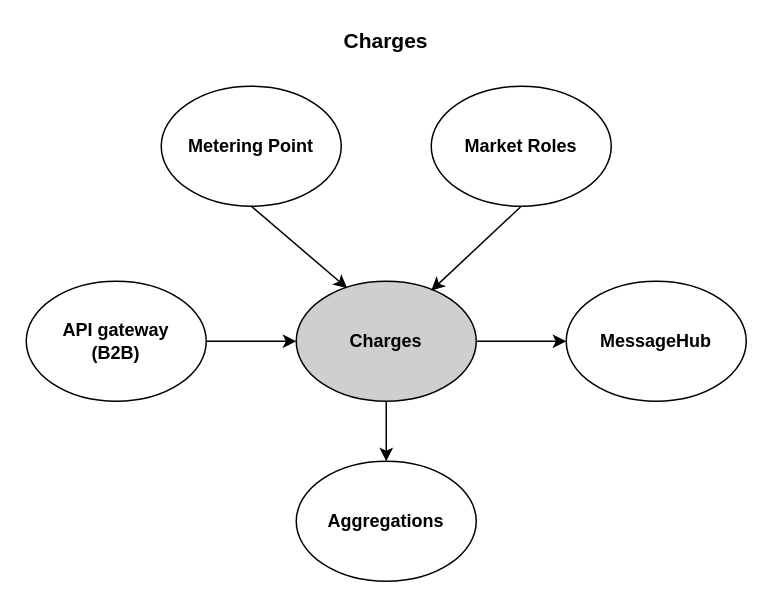
Before: docs/images/ChargesContextStreams.drawio in Energinet-DataHub/ARCHIVED-geh-charges, a draw.io diagram. Source tidied: cells renumbered, new cells numbered last; positions are measured from the earlier drawing's top-left corner, leaving out a move shared by most shapes. Both pictures are drawn from the tidied source at 150%, with x=0, y=0 at pixel (26, 26).
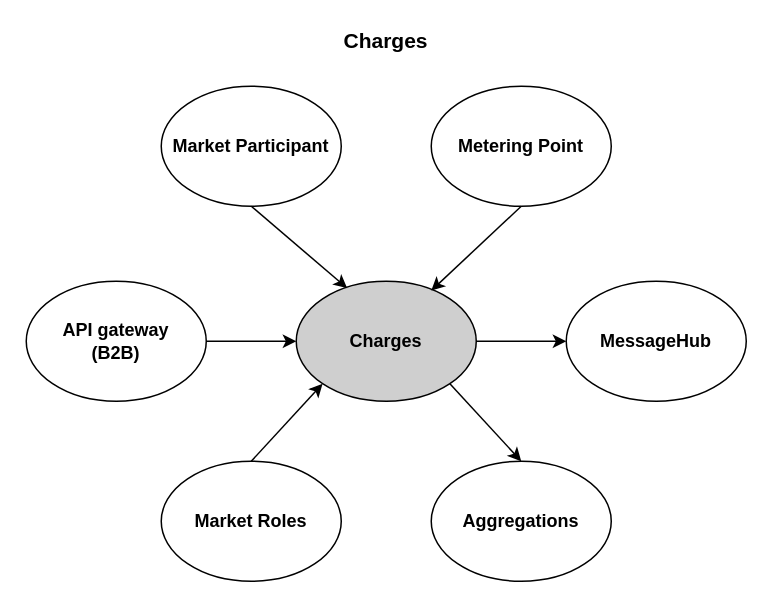
Above is the later version.

Commit message (it also covers changes not shown here):
Added Market Participant to ChargesContextStreams.png and ChargesContextStreams.drawio

Diff of the diagram source:
```diff
@@
 <mxGraphModel>
   <root>
     <mxCell id="0" />
     <mxCell id="1" parent="0" />
-    <mxCell id="2" style="edgeStyle=orthogonalEdgeStyle;rounded=0;jettySize=auto;html=1;" parent="1" edge="1" source="3" target="7">
-      <mxGeometry relative="1" as="geometry" />
-    </mxCell>
     <mxCell id="3" value="&lt;b&gt;Charges&lt;/b&gt;" style="ellipse;whiteSpace=wrap;html=1;fillColor=#CFCFCF;" parent="1" vertex="1">
       <mxGeometry x="180" y="170" width="120" height="80" as="geometry" />
     </mxCell>
     <mxCell id="4" style="edgeStyle=orthogonalEdgeStyle;rounded=0;jettySize=auto;html=1;" parent="1" edge="1" source="5" target="3">
       <mxGeometry relative="1" as="geometry" />
     </mxCell>
     <mxCell id="5" value="&lt;b&gt;API gateway&lt;br&gt;(B2B)&lt;br&gt;&lt;/b&gt;" style="ellipse;whiteSpace=wrap;html=1;" parent="1" vertex="1">
       <mxGeometry y="170" width="120" height="80" as="geometry" />
     </mxCell>
     <mxCell id="6" value="&lt;b&gt;MessageHub&lt;/b&gt;" style="ellipse;whiteSpace=wrap;html=1;" parent="1" vertex="1">
       <mxGeometry x="360" y="170" width="120" height="80" as="geometry" />
     </mxCell>
     <mxCell id="7" value="&lt;b&gt;Aggregations&lt;/b&gt;" style="ellipse;whiteSpace=wrap;html=1;" parent="1" vertex="1">
-      <mxGeometry x="180" y="290" width="120" height="80" as="geometry" />
+      <mxGeometry x="270" y="290" width="120" height="80" as="geometry" />
     </mxCell>
     <mxCell id="8" value="&lt;b&gt;&lt;font style=&quot;font-size: 14px&quot;&gt;Charges&lt;/font&gt;&lt;/b&gt;" style="text;html=1;strokeColor=none;fillColor=none;align=center;verticalAlign=middle;whiteSpace=wrap;rounded=0;" parent="1" vertex="1">
       <mxGeometry x="140" width="200" height="20" as="geometry" />
     </mxCell>
     <mxCell id="9" style="edgeStyle=orthogonalEdgeStyle;rounded=0;jettySize=auto;html=1;entryX=0;entryY=0.5;entryDx=0;entryDy=0;exitX=1;exitY=0.5;exitDx=0;exitDy=0;" parent="1" edge="1" source="3" target="6">
       <mxGeometry relative="1" as="geometry" />
     </mxCell>
-    <mxCell id="10" value="&lt;b&gt;Market Roles&lt;/b&gt;" style="ellipse;whiteSpace=wrap;html=1;" parent="1" vertex="1">
+    <mxCell id="10" value="&lt;b&gt;Metering Point&lt;/b&gt;" style="ellipse;whiteSpace=wrap;html=1;" parent="1" vertex="1">
       <mxGeometry x="270" y="40" width="120" height="80" as="geometry" />
     </mxCell>
-    <mxCell id="11" value="&lt;b&gt;Metering Point&lt;/b&gt;" style="ellipse;whiteSpace=wrap;html=1;" parent="1" vertex="1">
+    <mxCell id="11" value="&lt;b&gt;Market Participant&lt;/b&gt;" style="ellipse;whiteSpace=wrap;html=1;" parent="1" vertex="1">
       <mxGeometry x="90" y="40" width="120" height="80" as="geometry" />
     </mxCell>
     <mxCell id="12" style="endArrow=classic;html=1;exitX=0.5;exitY=1;exitDx=0;exitDy=0;entryX=0.283;entryY=0.058;entryDx=0;entryDy=0;entryPerimeter=0;" parent="1" edge="1" source="11" target="3">
       <mxGeometry relative="1" as="geometry" />
     </mxCell>
     <mxCell id="13" style="endArrow=classic;html=1;exitX=0.5;exitY=1;exitDx=0;exitDy=0;entryX=0.75;entryY=0.078;entryDx=0;entryDy=0;entryPerimeter=0;" parent="1" edge="1" source="10" target="3">
       <mxGeometry relative="1" as="geometry" />
     </mxCell>
+    <mxCell id="14" value="&lt;b&gt;Market Roles&lt;/b&gt;" style="ellipse;whiteSpace=wrap;html=1;" parent="1" vertex="1">
+      <mxGeometry x="90" y="290" width="120" height="80" as="geometry" />
+    </mxCell>
+    <mxCell id="2" style="endArrow=classic;html=1;exitX=1;exitY=1;exitDx=0;exitDy=0;entryX=0.5;entryY=0;entryDx=0;entryDy=0;" parent="1" edge="1" source="3" target="7">
+      <mxGeometry relative="1" as="geometry" />
+    </mxCell>
+    <mxCell id="15" style="endArrow=none;html=1;exitX=0;exitY=1;exitDx=0;exitDy=0;entryX=0.5;entryY=0;entryDx=0;entryDy=0;endFill=0;startArrow=classic;startFill=1;" parent="1" edge="1" source="3" target="14">
+      <mxGeometry relative="1" as="geometry" />
+    </mxCell>
   </root>
 </mxGraphModel>
```
